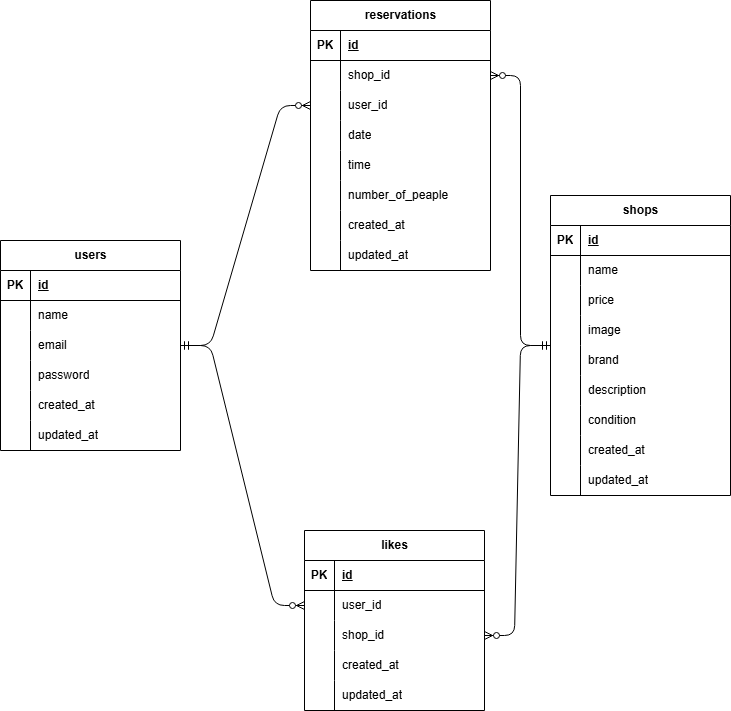
This is ER.drawio.png from shinzawa/tsutomu-mogi3, a draw.io export, as it was before one commit. Source tidied: cells renumbered, new cells last; positions are measured from the earlier drawing's top-left corner, leaving out a move shared by most shapes.
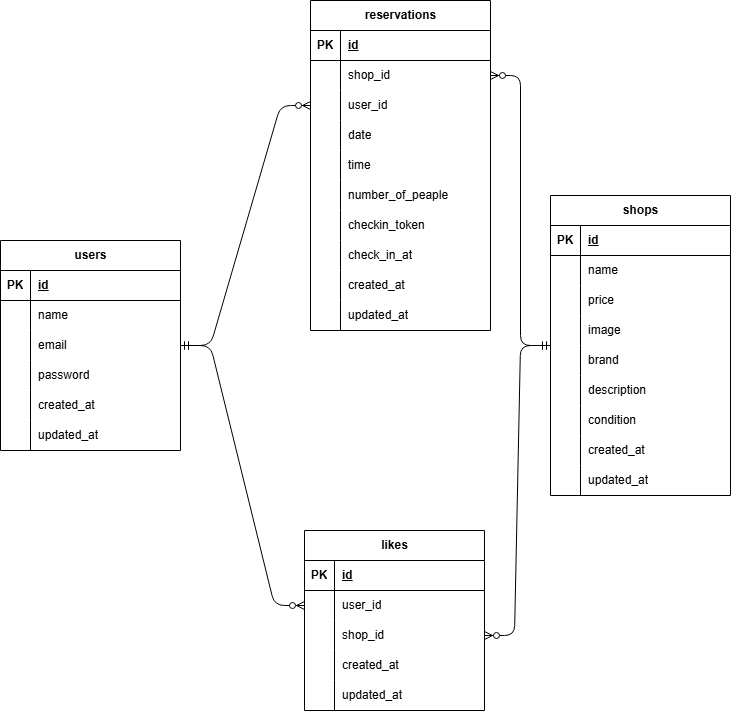
Later version of the same file.

What changed in the source:
```diff
@@ -144,7 +144,7 @@
       <mxGeometry x="30" width="150" height="30" as="geometry" />
     </mxCell>
     <mxCell id="49" value="reservations" style="shape=table;startSize=30;rowLines=0;fontStyle=1;align=center;html=1;" parent="1" vertex="1">
-      <mxGeometry x="310" width="180" height="270" as="geometry" />
+      <mxGeometry x="310" width="180" height="330" as="geometry" />
     </mxCell>
     <mxCell id="50" style="shape=tableRow;horizontal=0;startSize=0;swimlaneHead=0;swimlaneBody=0;fillColor=none;top=0;left=0;right=0;bottom=1;" parent="49" vertex="1">
       <mxGeometry y="30" width="180" height="30" as="geometry" />
@@ -206,7 +206,7 @@
     <mxCell id="69" style="shape=partialRectangle;fillColor=none;top=0;left=0;bottom=0;right=0;overflow=hidden;whiteSpace=wrap;html=1;" parent="68" vertex="1">
       <mxGeometry width="30" height="30" as="geometry" />
     </mxCell>
-    <mxCell id="70" value="created_at" style="shape=partialRectangle;fillColor=none;top=0;left=0;bottom=0;right=0;align=left;spacingLeft=6;overflow=hidden;whiteSpace=wrap;html=1;" parent="68" vertex="1">
+    <mxCell id="70" value="checkin_token" style="shape=partialRectangle;fillColor=none;top=0;left=0;bottom=0;right=0;align=left;spacingLeft=6;overflow=hidden;whiteSpace=wrap;html=1;" parent="68" vertex="1">
       <mxGeometry x="30" width="150" height="30" as="geometry" />
     </mxCell>
     <mxCell id="71" style="shape=tableRow;horizontal=0;startSize=0;swimlaneHead=0;swimlaneBody=0;fillColor=none;top=0;left=0;right=0;bottom=0;" parent="49" vertex="1">
@@ -215,9 +215,27 @@
     <mxCell id="72" style="shape=partialRectangle;fillColor=none;top=0;left=0;bottom=0;right=0;overflow=hidden;whiteSpace=wrap;html=1;" parent="71" vertex="1">
       <mxGeometry width="30" height="30" as="geometry" />
     </mxCell>
-    <mxCell id="73" value="updated_at" style="shape=partialRectangle;fillColor=none;top=0;left=0;bottom=0;right=0;align=left;spacingLeft=6;overflow=hidden;whiteSpace=wrap;html=1;" parent="71" vertex="1">
+    <mxCell id="73" value="check_in_at" style="shape=partialRectangle;fillColor=none;top=0;left=0;bottom=0;right=0;align=left;spacingLeft=6;overflow=hidden;whiteSpace=wrap;html=1;" parent="71" vertex="1">
       <mxGeometry x="30" width="150" height="30" as="geometry" />
     </mxCell>
+    <mxCell id="94" style="shape=tableRow;horizontal=0;startSize=0;swimlaneHead=0;swimlaneBody=0;fillColor=none;top=0;left=0;right=0;bottom=0;" parent="49" vertex="1">
+      <mxGeometry y="270" width="180" height="30" as="geometry" />
+    </mxCell>
+    <mxCell id="95" style="shape=partialRectangle;fillColor=none;top=0;left=0;bottom=0;right=0;overflow=hidden;whiteSpace=wrap;html=1;" parent="94" vertex="1">
+      <mxGeometry width="30" height="30" as="geometry" />
+    </mxCell>
+    <mxCell id="96" value="created_at" style="shape=partialRectangle;fillColor=none;top=0;left=0;bottom=0;right=0;align=left;spacingLeft=6;overflow=hidden;whiteSpace=wrap;html=1;" parent="94" vertex="1">
+      <mxGeometry x="30" width="150" height="30" as="geometry" />
+    </mxCell>
+    <mxCell id="97" style="shape=tableRow;horizontal=0;startSize=0;swimlaneHead=0;swimlaneBody=0;fillColor=none;top=0;left=0;right=0;bottom=0;" parent="49" vertex="1">
+      <mxGeometry y="300" width="180" height="30" as="geometry" />
+    </mxCell>
+    <mxCell id="98" style="shape=partialRectangle;fillColor=none;top=0;left=0;bottom=0;right=0;overflow=hidden;whiteSpace=wrap;html=1;" parent="97" vertex="1">
+      <mxGeometry width="30" height="30" as="geometry" />
+    </mxCell>
+    <mxCell id="99" value="updated_at" style="shape=partialRectangle;fillColor=none;top=0;left=0;bottom=0;right=0;align=left;spacingLeft=6;overflow=hidden;whiteSpace=wrap;html=1;" parent="97" vertex="1">
+      <mxGeometry x="30" width="150" height="30" as="geometry" />
+    </mxCell>
     <mxCell id="74" value="likes" style="shape=table;startSize=30;rowLines=0;fontStyle=1;align=center;html=1;" parent="1" vertex="1">
       <mxGeometry x="304" y="530" width="180" height="180" as="geometry" />
     </mxCell>
```
